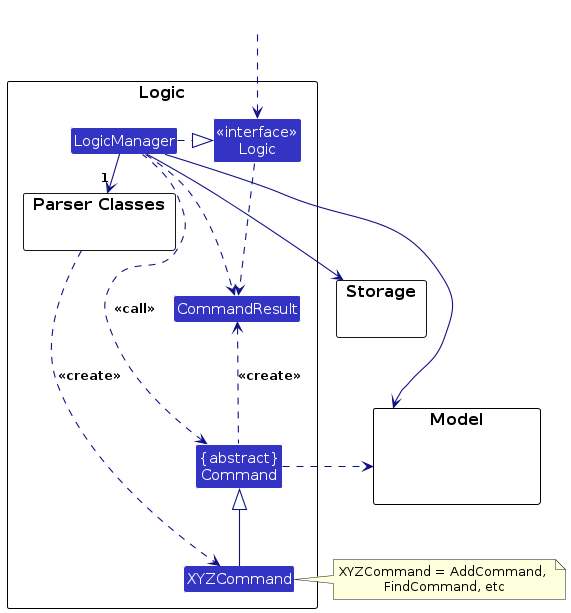
This is diagrams/LogicClassDiagram.png from AY2627S1-CS2103T-T09-4/tp, a PlantUML export, as it was before one commit. Its source is kept beside it as diagrams/LogicClassDiagram.puml. Its diagram source:
```plantuml
@startuml
!include style.puml
skinparam arrowThickness 1.1
skinparam arrowColor LOGIC_COLOR_T4
skinparam classBackgroundColor LOGIC_COLOR

package Logic as LogicPackage {

package "Parser Classes" as ParserClasses{
}
Class XYZCommand
Class CommandResult
Class "{abstract}\nCommand" as Command


Class "<<interface>>\nLogic" as Logic
Class LogicManager
}

package Model {
Class HiddenModel #FFFFFF
}

package Storage {
}

Class HiddenOutside #FFFFFF
HiddenOutside ..> Logic

LogicManager .right.|> Logic
LogicManager -right->"1" ParserClasses
ParserClasses ..> XYZCommand : <<create>>

XYZCommand -up-|> Command
LogicManager .left.> Command : <<call>>

LogicManager --> Model
LogicManager --> Storage
Storage --[hidden] Model
Command .[hidden]up.> Storage
Command .right.> Model
note right of XYZCommand: XYZCommand = AddCommand, \nFindCommand, etc

Logic ..> CommandResult
LogicManager .down.> CommandResult
Command .up.> CommandResult : <<create>>
@enduml
```
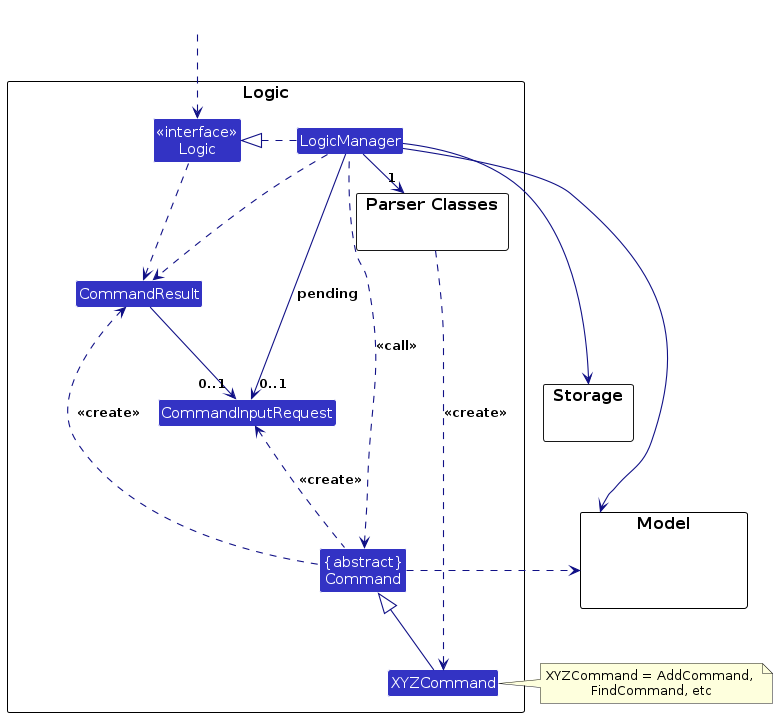
After the commit.

Change to the diagram source:
```diff
@@ -10,6 +10,7 @@
 }
 Class XYZCommand
 Class CommandResult
+Class CommandInputRequest
 Class "{abstract}\nCommand" as Command
 
 
@@ -33,6 +34,7 @@
 
 XYZCommand -up-|> Command
 LogicManager .left.> Command : <<call>>
+LogicManager --> "0..1" CommandInputRequest : pending
 
 LogicManager --> Model
 LogicManager --> Storage
@@ -44,4 +46,6 @@
 Logic ..> CommandResult
 LogicManager .down.> CommandResult
 Command .up.> CommandResult : <<create>>
+CommandResult --> "0..1" CommandInputRequest
+Command .up.> CommandInputRequest : <<create>>
 @enduml
```
